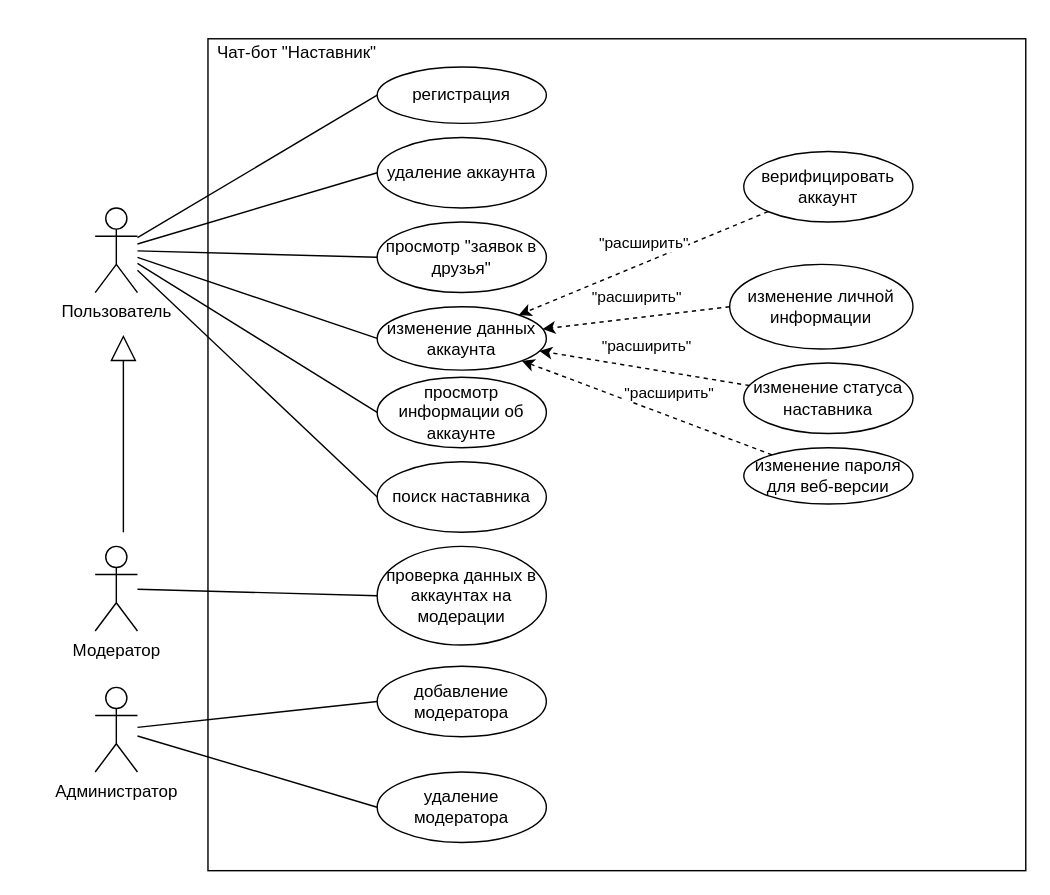
The draw.io diagram курсовая трпс/схемы/варианты использования.drawio in Trickster2038/BmstuDocs5, before the edit. Source tidied: cells renumbered, new cells numbered last; positions are measured from the earlier drawing's top-left corner, leaving out a move shared by most shapes. Both pictures are drawn from the tidied source at 141%, with x=0, y=0 at pixel (94, 38).
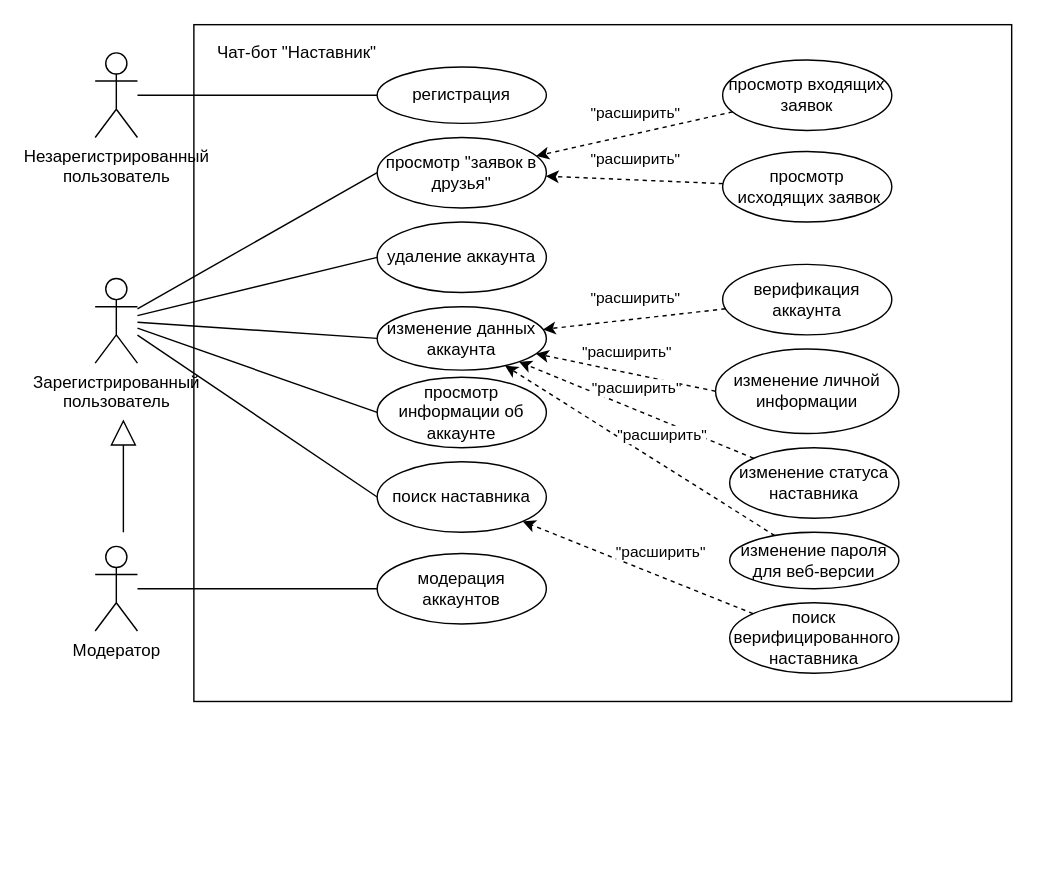
After the change.

Commit message (it also covers changes not shown here):
rpz diagram precedentov

The change refers to these unchanged cells:
```xml
<mxCell id="9" value="регистрация" style="ellipse;whiteSpace=wrap;html=1;" parent="1" vertex="1">
  <mxGeometry x="200" y="20" width="120" height="40" as="geometry" />
</mxCell>
<mxCell id="15" value="поиск наставника" style="ellipse;whiteSpace=wrap;html=1;" parent="1" vertex="1">
  <mxGeometry x="200" y="300" width="120" height="50" as="geometry" />
</mxCell>
```

Diff of the diagram source:
```diff
@@
     <mxCell id="2" style="rounded=0;whiteSpace=wrap;html=1;" parent="1" vertex="1">
-      <mxGeometry x="80" width="580" height="590" as="geometry" />
+      <mxGeometry x="70" y="-10" width="580" height="480" as="geometry" />
     </mxCell>
-    <mxCell id="3" value="Пользователь" style="shape=umlActor;verticalLabelPosition=bottom;verticalAlign=top;html=1;outlineConnect=0;" parent="1" vertex="1">
-      <mxGeometry y="120" width="30" height="60" as="geometry" />
+    <mxCell id="3" value="Зарегистрированный&lt;br&gt;пользователь" style="shape=umlActor;verticalLabelPosition=bottom;verticalAlign=top;html=1;outlineConnect=0;" parent="1" vertex="1">
+      <mxGeometry y="170" width="30" height="60" as="geometry" />
     </mxCell>
@@
-    <mxCell id="5" value="Администратор" style="shape=umlActor;verticalLabelPosition=bottom;verticalAlign=top;html=1;outlineConnect=0;" parent="1" vertex="1">
-      <mxGeometry y="460" width="30" height="60" as="geometry" />
-    </mxCell>
@@
     <mxCell id="7" value="просмотр &quot;заявок в друзья&quot;" style="ellipse;whiteSpace=wrap;html=1;" parent="1" vertex="1">
-      <mxGeometry x="200" y="130" width="120" height="50" as="geometry" />
+      <mxGeometry x="200" y="70" width="120" height="50" as="geometry" />
     </mxCell>
-    <mxCell id="8" style="rounded=0;jettySize=auto;html=1;exitX=0;exitY=0.5;exitDx=0;exitDy=0;endArrow=none;endFill=0;" parent="1" edge="1" source="9" target="3">
-      <mxGeometry relative="1" as="geometry" />
-    </mxCell>
+    <mxCell id="38" style="rounded=0;jettySize=auto;html=1;exitX=0;exitY=0.5;exitDx=0;exitDy=0;endArrow=none;endFill=0;" parent="1" edge="1" source="9" target="48">
+      <mxGeometry relative="1" as="geometry" />
+    </mxCell>
@@
-    <mxCell id="17" value="проверка данных в аккаунтах на модерации" style="ellipse;whiteSpace=wrap;html=1;" parent="1" vertex="1">
-      <mxGeometry x="200" y="360" width="120" height="70" as="geometry" />
+    <mxCell id="17" value="модерация аккаунтов" style="ellipse;whiteSpace=wrap;html=1;" parent="1" vertex="1">
+      <mxGeometry x="200" y="365" width="120" height="50" as="geometry" />
     </mxCell>
-    <mxCell id="18" style="edgeStyle=none;rounded=0;jettySize=auto;html=1;exitX=0;exitY=0.5;exitDx=0;exitDy=0;startArrow=none;startFill=0;endArrow=none;endFill=0;" parent="1" edge="1" source="19" target="5">
-      <mxGeometry relative="1" as="geometry" />
-    </mxCell>
-    <mxCell id="19" value="добавление модератора" style="ellipse;whiteSpace=wrap;html=1;" parent="1" vertex="1">
-      <mxGeometry x="200" y="445" width="120" height="50" as="geometry" />
-    </mxCell>
-    <mxCell id="20" style="edgeStyle=none;rounded=0;jettySize=auto;html=1;exitX=0;exitY=0.5;exitDx=0;exitDy=0;startArrow=none;startFill=0;endArrow=none;endFill=0;" parent="1" edge="1" source="21" target="5">
-      <mxGeometry relative="1" as="geometry" />
-    </mxCell>
-    <mxCell id="21" value="удаление модератора" style="ellipse;whiteSpace=wrap;html=1;" parent="1" vertex="1">
-      <mxGeometry x="200" y="520" width="120" height="50" as="geometry" />
-    </mxCell>
     <mxCell id="22" value="изменение личной информации" style="ellipse;whiteSpace=wrap;html=1;" parent="1" vertex="1">
-      <mxGeometry x="450" y="160" width="130" height="60" as="geometry" />
+      <mxGeometry x="440" y="220" width="130" height="60" as="geometry" />
     </mxCell>
     <mxCell id="23" value="изменение статуса наставника" style="ellipse;whiteSpace=wrap;html=1;" parent="1" vertex="1">
-      <mxGeometry x="460" y="230" width="120" height="50" as="geometry" />
+      <mxGeometry x="450" y="290" width="120" height="50" as="geometry" />
     </mxCell>
     <mxCell id="24" value="изменение пароля для веб-версии" style="ellipse;whiteSpace=wrap;html=1;" parent="1" vertex="1">
-      <mxGeometry x="460" y="290" width="120" height="40" as="geometry" />
+      <mxGeometry x="450" y="350" width="120" height="40" as="geometry" />
     </mxCell>
@@
-    <mxCell id="31" value="верифицировать аккаунт" style="ellipse;whiteSpace=wrap;html=1;" parent="1" vertex="1">
-      <mxGeometry x="460" y="80" width="120" height="50" as="geometry" />
+    <mxCell id="31" value="верификация аккаунта" style="ellipse;whiteSpace=wrap;html=1;" parent="1" vertex="1">
+      <mxGeometry x="445" y="160" width="120" height="50" as="geometry" />
     </mxCell>
@@
     <mxCell id="34" style="endArrow=block;endSize=16;endFill=0;html=1;" parent="1" edge="1">
       <mxGeometry x="-0.03" y="20" relative="1" as="geometry">
         <mxPoint x="20" y="350" as="sourcePoint" />
-        <mxPoint x="20" y="210" as="targetPoint" />
+        <mxPoint x="20" y="270" as="targetPoint" />
       </mxGeometry>
     </mxCell>
@@
     <mxCell id="37" value="удаление аккаунта" style="ellipse;whiteSpace=wrap;html=1;" parent="1" vertex="1">
-      <mxGeometry x="200" y="70" width="120" height="50" as="geometry" />
+      <mxGeometry x="200" y="130" width="120" height="50" as="geometry" />
     </mxCell>
+    <mxCell id="39" value="просмотр входящих заявок" style="ellipse;whiteSpace=wrap;html=1;" parent="1" vertex="1">
+      <mxGeometry x="445" y="15" width="120" height="50" as="geometry" />
+    </mxCell>
+    <mxCell id="40" value="просмотр&lt;br&gt;&amp;nbsp;исходящих заявок" style="ellipse;whiteSpace=wrap;html=1;" parent="1" vertex="1">
+      <mxGeometry x="445" y="80" width="120" height="50" as="geometry" />
+    </mxCell>
+    <mxCell id="41" style="endArrow=classic;html=1;dashed=1;" parent="1" edge="1" source="39" target="7">
+      <mxGeometry relative="1" as="geometry" />
+    </mxCell>
+    <mxCell id="42" value="&quot;расширить&quot;" style="edgeLabel;html=1;align=center;verticalAlign=middle;" parent="41" vertex="1">
+      <mxGeometry relative="1" as="geometry">
+        <mxPoint y="-15.3" as="offset" />
+      </mxGeometry>
+    </mxCell>
+    <mxCell id="43" style="endArrow=classic;html=1;dashed=1;" parent="1" edge="1" source="40" target="7">
+      <mxGeometry relative="1" as="geometry" />
+    </mxCell>
+    <mxCell id="44" value="&quot;расширить&quot;" style="edgeLabel;html=1;align=center;verticalAlign=middle;" parent="43" vertex="1">
+      <mxGeometry relative="1" as="geometry">
+        <mxPoint y="-15.3" as="offset" />
+      </mxGeometry>
+    </mxCell>
+    <mxCell id="45" value="поиск верифицированного наставника" style="ellipse;whiteSpace=wrap;html=1;" parent="1" vertex="1">
+      <mxGeometry x="450" y="400" width="120" height="50" as="geometry" />
+    </mxCell>
+    <mxCell id="46" style="endArrow=classic;html=1;dashed=1;" parent="1" edge="1" source="45" target="15">
+      <mxGeometry relative="1" as="geometry" />
+    </mxCell>
+    <mxCell id="47" value="&quot;расширить&quot;" style="edgeLabel;html=1;align=center;verticalAlign=middle;" parent="46" vertex="1">
+      <mxGeometry relative="1" as="geometry">
+        <mxPoint x="15.4" y="-11.6" as="offset" />
+      </mxGeometry>
+    </mxCell>
+    <mxCell id="48" value="Незарегистрированный&lt;br&gt;пользователь" style="shape=umlActor;verticalLabelPosition=bottom;verticalAlign=top;html=1;outlineConnect=0;" parent="1" vertex="1">
+      <mxGeometry y="10" width="30" height="60" as="geometry" />
+    </mxCell>
```
